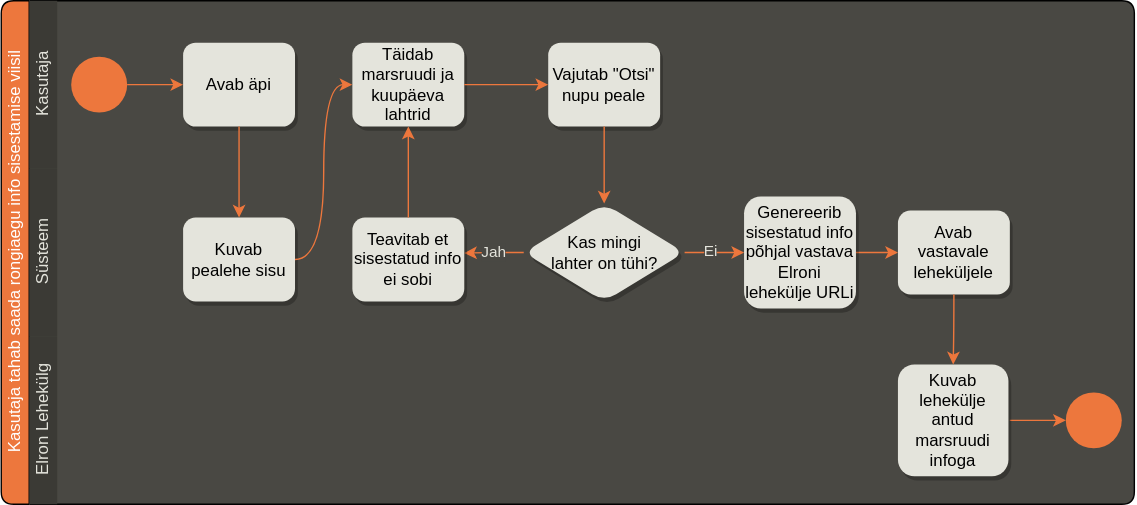
Above: Dokumendid/Tegevusdiagrammid/Tegevusdiagramm Kristjan.svg in p-kristjan/Elron-App-TARpe19 (draw.io), before the change. Source tidied: cells renumbered, new cells last; positions are measured from the earlier drawing's top-left corner, leaving out a move shared by most shapes. Source of this version:
```xml
<mxGraphModel>
  <root>
    <mxCell id="0" />
    <mxCell id="1" parent="0" />
    <mxCell id="2" value="Kasutaja tahab saada rongiaegu info&amp;nbsp;sisestamise viisil" style="swimlane;html=1;horizontal=0;startSize=20;fillColor=#ed773d;rounded=1;shadow=0;glass=0;sketch=0;fontColor=#ffffff;swimlaneFillColor=#494843;fontStyle=0;" parent="1" vertex="1">
      <mxGeometry width="810" height="360" as="geometry" />
    </mxCell>
    <mxCell id="3" value="Kasutaja" style="swimlane;html=1;startSize=20;horizontal=0;fillColor=#3b3a35;strokeColor=none;fontColor=#e4e4dc;fontStyle=0;" parent="2" vertex="1">
      <mxGeometry x="20" width="790" height="120" as="geometry" />
    </mxCell>
    <mxCell id="4" style="edgeStyle=orthogonalEdgeStyle;rounded=0;jettySize=auto;html=1;strokeColor=#ed773d;" parent="3" edge="1" source="5" target="6">
      <mxGeometry relative="1" as="geometry" />
    </mxCell>
    <mxCell id="5" style="ellipse;whiteSpace=wrap;html=1;fillColor=#ed773d;strokeColor=none;" parent="3" vertex="1">
      <mxGeometry x="30" y="40" width="40" height="40" as="geometry" />
    </mxCell>
    <mxCell id="6" value="Avab äpi" style="rounded=1;whiteSpace=wrap;html=1;fontFamily=Helvetica;fontSize=12;fontColor=#000000;align=center;shadow=1;fillColor=#e4e4dc;strokeColor=none;" parent="3" vertex="1">
      <mxGeometry x="110" y="30" width="80" height="60" as="geometry" />
    </mxCell>
    <mxCell id="7" value="Täidab marsruudi ja kuupäeva lahtrid" style="rounded=1;whiteSpace=wrap;html=1;fontFamily=Helvetica;fontSize=12;fontColor=#000000;align=center;shadow=1;fillColor=#e4e4dc;strokeColor=none;" parent="3" vertex="1">
      <mxGeometry x="231" y="30" width="80" height="60" as="geometry" />
    </mxCell>
    <mxCell id="8" value="Vajutab &quot;Otsi&quot; nupu peale" style="whiteSpace=wrap;html=1;rounded=1;shadow=1;sketch=0;fillColor=#e4e4dc;strokeColor=none;" parent="3" vertex="1">
      <mxGeometry x="371" y="30" width="80" height="60" as="geometry" />
    </mxCell>
    <mxCell id="9" style="edgeStyle=orthogonalEdgeStyle;rounded=0;jettySize=auto;html=1;strokeColor=#ed773d;" parent="3" edge="1" source="7" target="8">
      <mxGeometry relative="1" as="geometry" />
    </mxCell>
    <mxCell id="10" value="Süsteem" style="swimlane;html=1;startSize=20;horizontal=0;fillColor=#3b3a35;strokeColor=none;fontColor=#e4e4dc;fontStyle=0;" parent="2" vertex="1">
      <mxGeometry x="20" y="120" width="790" height="120" as="geometry" />
    </mxCell>
    <mxCell id="11" value="Jah" style="edgeStyle=orthogonalEdgeStyle;rounded=0;jettySize=auto;html=1;entryX=0.999;entryY=0.423;entryDx=0;entryDy=0;entryPerimeter=0;strokeColor=#ed773d;fontColor=#e4e4dc;labelBackgroundColor=#494843;" parent="10" edge="1" source="14" target="15">
      <mxGeometry relative="1" as="geometry" />
    </mxCell>
    <mxCell id="12" style="edgeStyle=orthogonalEdgeStyle;rounded=0;jettySize=auto;html=1;exitX=1;exitY=0.5;exitDx=0;exitDy=0;entryX=0;entryY=0.5;entryDx=0;entryDy=0;strokeColor=#ed773d;" parent="10" edge="1" source="14" target="17">
      <mxGeometry relative="1" as="geometry" />
    </mxCell>
    <mxCell id="13" value="Ei" style="edgeLabel;html=1;align=center;verticalAlign=middle;fontColor=#e4e4dc;labelBackgroundColor=#494843;" parent="12" vertex="1">
      <mxGeometry x="-0.16" y="1" relative="1" as="geometry" />
    </mxCell>
    <mxCell id="14" value="Kas mingi&lt;br&gt;lahter on tühi?" style="rhombus;whiteSpace=wrap;html=1;fontFamily=Helvetica;fontSize=12;fontColor=#000000;align=center;rounded=1;fillColor=#e4e4dc;strokeColor=none;shadow=1;" parent="10" vertex="1">
      <mxGeometry x="353.5" y="25" width="115" height="70" as="geometry" />
    </mxCell>
    <mxCell id="15" value="Teavitab et sisestatud info ei sobi" style="whiteSpace=wrap;html=1;rounded=1;shadow=1;fillColor=#e4e4dc;strokeColor=none;" parent="10" vertex="1">
      <mxGeometry x="231" y="35" width="80" height="60" as="geometry" />
    </mxCell>
    <mxCell id="16" style="edgeStyle=orthogonalEdgeStyle;rounded=0;jettySize=auto;html=1;entryX=0;entryY=0.5;entryDx=0;entryDy=0;strokeColor=#ed773d;" parent="10" edge="1" source="17" target="18">
      <mxGeometry relative="1" as="geometry" />
    </mxCell>
    <mxCell id="17" value="Genereerib sisestatud info põhjal vastava Elroni lehekülje URLi" style="whiteSpace=wrap;html=1;rounded=1;shadow=1;fillColor=#e4e4dc;strokeColor=none;" parent="10" vertex="1">
      <mxGeometry x="511" y="20" width="80" height="80" as="geometry" />
    </mxCell>
    <mxCell id="18" value="Avab vastavale leheküljele" style="rounded=1;whiteSpace=wrap;html=1;fontFamily=Helvetica;fontSize=12;fontColor=#000000;align=center;shadow=1;fillColor=#e4e4dc;strokeColor=none;" parent="10" vertex="1">
      <mxGeometry x="621" y="30" width="80" height="60" as="geometry" />
    </mxCell>
    <mxCell id="19" value="Kuvab pealehe sisu" style="rounded=1;whiteSpace=wrap;html=1;fontFamily=Helvetica;fontSize=12;fontColor=#000000;align=center;glass=0;shadow=1;fillColor=#e4e4dc;strokeColor=none;" parent="10" vertex="1">
      <mxGeometry x="110" y="35" width="80" height="60" as="geometry" />
    </mxCell>
    <mxCell id="20" style="edgeStyle=orthogonalEdgeStyle;rounded=0;jettySize=auto;html=1;entryX=0.5;entryY=0;entryDx=0;entryDy=0;strokeColor=#ed773d;" parent="2" edge="1" source="8" target="14">
      <mxGeometry relative="1" as="geometry" />
    </mxCell>
    <mxCell id="21" style="edgeStyle=orthogonalEdgeStyle;rounded=0;jettySize=auto;html=1;entryX=0.5;entryY=1;entryDx=0;entryDy=0;curved=1;strokeColor=#ed773d;" parent="2" edge="1" source="15" target="7">
      <mxGeometry relative="1" as="geometry" />
    </mxCell>
    <mxCell id="22" value="Elron Lehekülg" style="swimlane;html=1;startSize=20;horizontal=0;fillColor=#3b3a35;strokeColor=none;fontColor=#e4e4dc;fontStyle=0;" parent="2" vertex="1">
      <mxGeometry x="20" y="240" width="790" height="120" as="geometry" />
    </mxCell>
    <mxCell id="23" style="ellipse;whiteSpace=wrap;html=1;fillColor=#ed773d;strokeColor=none;" parent="22" vertex="1">
      <mxGeometry x="741" y="40" width="40" height="40" as="geometry" />
    </mxCell>
    <mxCell id="24" style="edgeStyle=orthogonalEdgeStyle;curved=1;rounded=0;jettySize=auto;html=1;entryX=0;entryY=0.5;entryDx=0;entryDy=0;strokeColor=#ed773d;" parent="22" edge="1" target="23">
      <mxGeometry relative="1" as="geometry">
        <mxPoint x="701" y="60" as="sourcePoint" />
      </mxGeometry>
    </mxCell>
    <mxCell id="25" value="Kuvab lehekülje antud marsruudi infoga" style="rounded=1;whiteSpace=wrap;html=1;fontFamily=Helvetica;fontSize=12;fontColor=#000000;align=center;shadow=1;fillColor=#e4e4dc;strokeColor=none;" parent="22" vertex="1">
      <mxGeometry x="621" y="20" width="79" height="80" as="geometry" />
    </mxCell>
    <mxCell id="26" style="edgeStyle=orthogonalEdgeStyle;rounded=0;jettySize=auto;html=1;entryX=0.5;entryY=0;entryDx=0;entryDy=0;curved=1;strokeColor=#ed773d;" parent="2" edge="1" source="6" target="19">
      <mxGeometry relative="1" as="geometry" />
    </mxCell>
    <mxCell id="27" style="edgeStyle=orthogonalEdgeStyle;rounded=0;jettySize=auto;html=1;entryX=0;entryY=0.5;entryDx=0;entryDy=0;curved=1;strokeColor=#ed773d;" parent="2" edge="1" source="19" target="7">
      <mxGeometry relative="1" as="geometry" />
    </mxCell>
    <mxCell id="28" style="edgeStyle=orthogonalEdgeStyle;curved=1;rounded=0;jettySize=auto;html=1;entryX=0.5;entryY=0;entryDx=0;entryDy=0;strokeColor=#ed773d;" parent="2" edge="1" source="18" target="25">
      <mxGeometry relative="1" as="geometry" />
    </mxCell>
  </root>
</mxGraphModel>
```
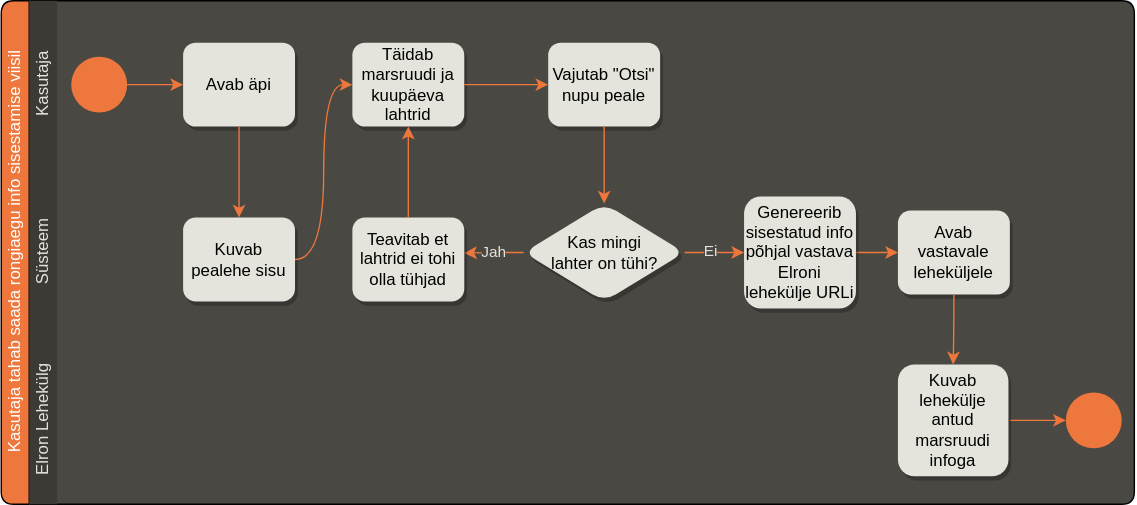
Later version of the same file.

Commit message:
Uuendab Kristjani tegevusdiagrammi

Change to the diagram source:
```diff
@@ -41,7 +41,7 @@
     <mxCell id="14" value="Kas mingi&lt;br&gt;lahter on tühi?" style="rhombus;whiteSpace=wrap;html=1;fontFamily=Helvetica;fontSize=12;fontColor=#000000;align=center;rounded=1;fillColor=#e4e4dc;strokeColor=none;shadow=1;" parent="10" vertex="1">
       <mxGeometry x="353.5" y="25" width="115" height="70" as="geometry" />
     </mxCell>
-    <mxCell id="15" value="Teavitab et sisestatud info ei sobi" style="whiteSpace=wrap;html=1;rounded=1;shadow=1;fillColor=#e4e4dc;strokeColor=none;" parent="10" vertex="1">
+    <mxCell id="15" value="Teavitab et&lt;br&gt;lahtrid ei tohi&lt;br&gt;olla tühjad" style="whiteSpace=wrap;html=1;rounded=1;shadow=1;fillColor=#e4e4dc;strokeColor=none;" parent="10" vertex="1">
       <mxGeometry x="231" y="35" width="80" height="60" as="geometry" />
     </mxCell>
     <mxCell id="16" style="edgeStyle=orthogonalEdgeStyle;rounded=0;jettySize=auto;html=1;entryX=0;entryY=0.5;entryDx=0;entryDy=0;strokeColor=#ed773d;" parent="10" edge="1" source="17" target="18">
```
